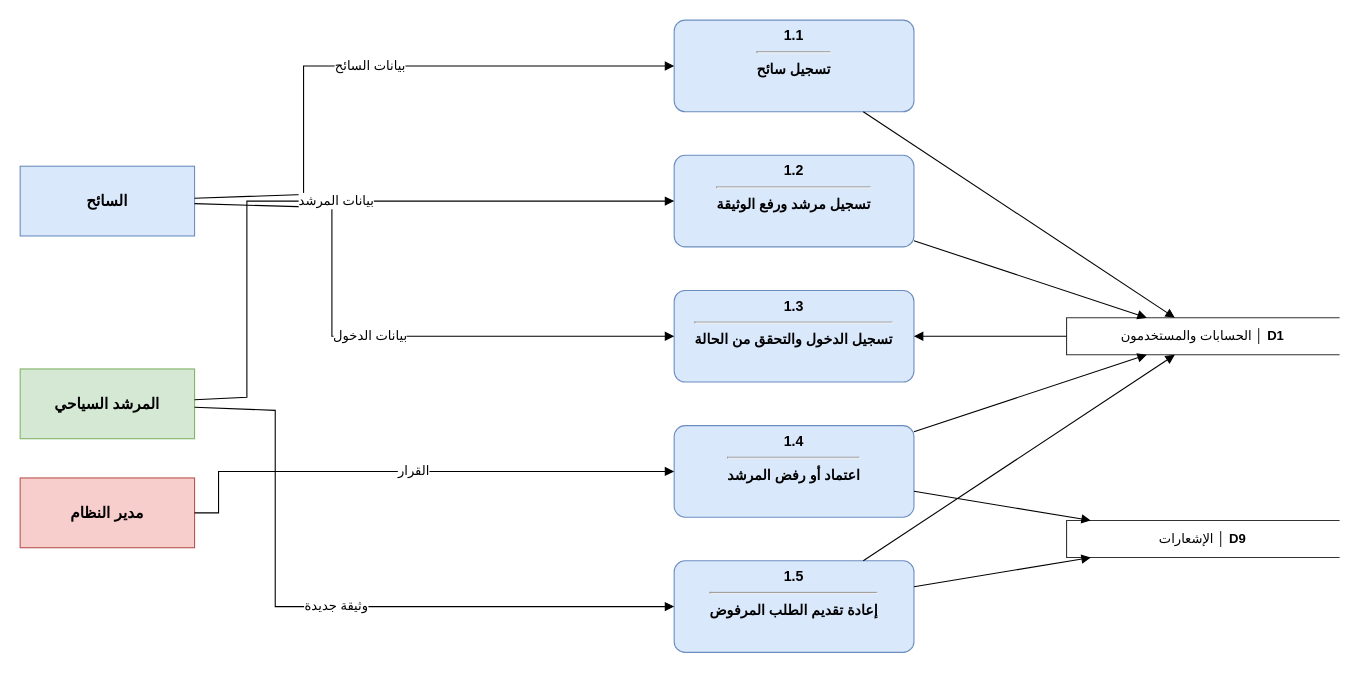
The draw.io diagram مخططات_التحليل_drawio/dfd11_accounts.drawio in masara-prog/Delni-project, before the edit. Source tidied: cells renumbered, new cells numbered last; positions are measured from the earlier drawing's top-left corner, leaving out a move shared by most shapes. Both pictures are drawn from the tidied source at 109%, with x=0, y=0 at pixel (20, 20).
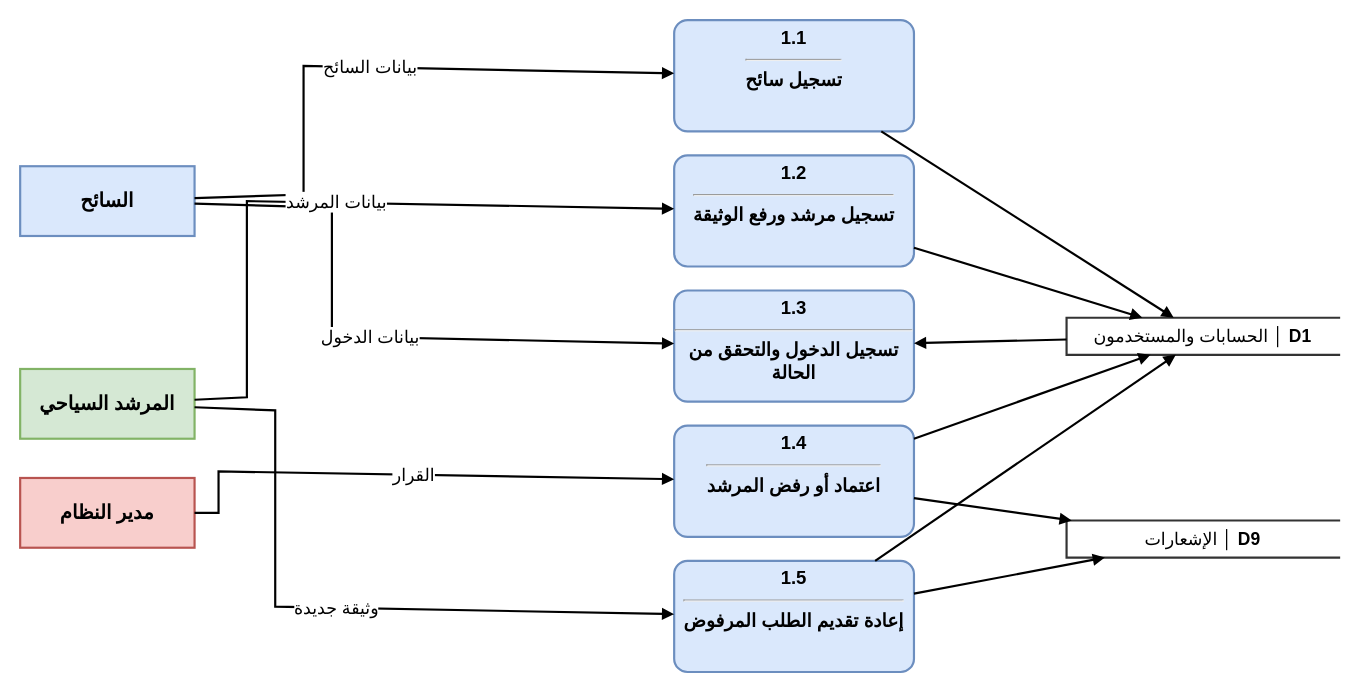
The same diagram, later.

What changed in the source:
```diff
@@
-    <mxCell id="2" value="&lt;b&gt;1.1&lt;/b&gt;&lt;hr&gt;تسجيل سائح" style="rounded=1;arcSize=12;verticalAlign=top;html=1;whiteSpace=wrap;fontFamily=Arial;fontSize=13;fontStyle=1;fillColor=#dae8fc;strokeColor=#6c8ebf;" parent="1" vertex="1">
-      <mxGeometry x="600" width="220" height="84" as="geometry" />
+    <mxCell id="2" value="&lt;b&gt;1.1&lt;/b&gt;&lt;hr&gt;تسجيل سائح" style="rounded=1;arcSize=12;verticalAlign=top;html=1;whiteSpace=wrap;fontFamily=Arial;fontSize=17;fontStyle=1;fillColor=#dae8fc;strokeColor=#6c8ebf;strokeWidth=2;" parent="1" vertex="1">
+      <mxGeometry x="600" width="220" height="102" as="geometry" />
     </mxCell>
-    <mxCell id="3" value="&lt;b&gt;1.2&lt;/b&gt;&lt;hr&gt;تسجيل مرشد ورفع الوثيقة" style="rounded=1;arcSize=12;verticalAlign=top;html=1;whiteSpace=wrap;fontFamily=Arial;fontSize=13;fontStyle=1;fillColor=#dae8fc;strokeColor=#6c8ebf;" parent="1" vertex="1">
-      <mxGeometry x="600" y="124" width="220" height="84" as="geometry" />
+    <mxCell id="3" value="&lt;b&gt;1.2&lt;/b&gt;&lt;hr&gt;تسجيل مرشد ورفع الوثيقة" style="rounded=1;arcSize=12;verticalAlign=top;html=1;whiteSpace=wrap;fontFamily=Arial;fontSize=17;fontStyle=1;fillColor=#dae8fc;strokeColor=#6c8ebf;strokeWidth=2;" parent="1" vertex="1">
+      <mxGeometry x="600" y="124" width="220" height="102" as="geometry" />
     </mxCell>
-    <mxCell id="4" value="&lt;b&gt;1.3&lt;/b&gt;&lt;hr&gt;تسجيل الدخول والتحقق من الحالة" style="rounded=1;arcSize=12;verticalAlign=top;html=1;whiteSpace=wrap;fontFamily=Arial;fontSize=13;fontStyle=1;fillColor=#dae8fc;strokeColor=#6c8ebf;" parent="1" vertex="1">
-      <mxGeometry x="600" y="248" width="220" height="84" as="geometry" />
+    <mxCell id="4" value="&lt;b&gt;1.3&lt;/b&gt;&lt;hr&gt;تسجيل الدخول والتحقق من الحالة" style="rounded=1;arcSize=12;verticalAlign=top;html=1;whiteSpace=wrap;fontFamily=Arial;fontSize=17;fontStyle=1;fillColor=#dae8fc;strokeColor=#6c8ebf;strokeWidth=2;" parent="1" vertex="1">
+      <mxGeometry x="600" y="248" width="220" height="102" as="geometry" />
     </mxCell>
-    <mxCell id="5" value="&lt;b&gt;1.4&lt;/b&gt;&lt;hr&gt;اعتماد أو رفض المرشد" style="rounded=1;arcSize=12;verticalAlign=top;html=1;whiteSpace=wrap;fontFamily=Arial;fontSize=13;fontStyle=1;fillColor=#dae8fc;strokeColor=#6c8ebf;" parent="1" vertex="1">
-      <mxGeometry x="600" y="372" width="220" height="84" as="geometry" />
+    <mxCell id="5" value="&lt;b&gt;1.4&lt;/b&gt;&lt;hr&gt;اعتماد أو رفض المرشد" style="rounded=1;arcSize=12;verticalAlign=top;html=1;whiteSpace=wrap;fontFamily=Arial;fontSize=17;fontStyle=1;fillColor=#dae8fc;strokeColor=#6c8ebf;strokeWidth=2;" parent="1" vertex="1">
+      <mxGeometry x="600" y="372" width="220" height="102" as="geometry" />
     </mxCell>
-    <mxCell id="6" value="&lt;b&gt;1.5&lt;/b&gt;&lt;hr&gt;إعادة تقديم الطلب المرفوض" style="rounded=1;arcSize=12;verticalAlign=top;html=1;whiteSpace=wrap;fontFamily=Arial;fontSize=13;fontStyle=1;fillColor=#dae8fc;strokeColor=#6c8ebf;" parent="1" vertex="1">
-      <mxGeometry x="600" y="496" width="220" height="84" as="geometry" />
+    <mxCell id="6" value="&lt;b&gt;1.5&lt;/b&gt;&lt;hr&gt;إعادة تقديم الطلب المرفوض" style="rounded=1;arcSize=12;verticalAlign=top;html=1;whiteSpace=wrap;fontFamily=Arial;fontSize=17;fontStyle=1;fillColor=#dae8fc;strokeColor=#6c8ebf;strokeWidth=2;" parent="1" vertex="1">
+      <mxGeometry x="600" y="496" width="220" height="102" as="geometry" />
     </mxCell>
-    <mxCell id="7" value="السائح" style="rounded=0;html=1;whiteSpace=wrap;fontFamily=Arial;fontSize=14;fontStyle=1;fillColor=#dae8fc;strokeColor=#6c8ebf;" parent="1" vertex="1">
+    <mxCell id="7" value="السائح" style="rounded=0;html=1;whiteSpace=wrap;fontFamily=Arial;fontSize=18;fontStyle=1;fillColor=#dae8fc;strokeColor=#6c8ebf;strokeWidth=2;" parent="1" vertex="1">
       <mxGeometry y="134" width="160" height="64" as="geometry" />
     </mxCell>
-    <mxCell id="8" value="المرشد السياحي" style="rounded=0;html=1;whiteSpace=wrap;fontFamily=Arial;fontSize=14;fontStyle=1;fillColor=#d5e8d4;strokeColor=#82b366;" parent="1" vertex="1">
+    <mxCell id="8" value="المرشد السياحي" style="rounded=0;html=1;whiteSpace=wrap;fontFamily=Arial;fontSize=18;fontStyle=1;fillColor=#d5e8d4;strokeColor=#82b366;strokeWidth=2;" parent="1" vertex="1">
       <mxGeometry y="320" width="160" height="64" as="geometry" />
     </mxCell>
-    <mxCell id="9" value="مدير النظام" style="rounded=0;html=1;whiteSpace=wrap;fontFamily=Arial;fontSize=14;fontStyle=1;fillColor=#f8cecc;strokeColor=#b85450;" parent="1" vertex="1">
+    <mxCell id="9" value="مدير النظام" style="rounded=0;html=1;whiteSpace=wrap;fontFamily=Arial;fontSize=18;fontStyle=1;fillColor=#f8cecc;strokeColor=#b85450;strokeWidth=2;" parent="1" vertex="1">
       <mxGeometry y="420" width="160" height="64" as="geometry" />
     </mxCell>
-    <mxCell id="10" value="الحسابات والمستخدمون  │ &lt;b&gt;D1&lt;/b&gt;" style="shape=partialRectangle;right=0;align=center;html=1;whiteSpace=wrap;fontFamily=Arial;fontSize=12;fontStyle=0;fillColor=#ffffff;strokeColor=#333333;" parent="1" vertex="1">
+    <mxCell id="10" value="الحسابات والمستخدمون  │ &lt;b&gt;D1&lt;/b&gt;" style="shape=partialRectangle;right=0;align=center;html=1;whiteSpace=wrap;fontFamily=Arial;fontSize=16;fontStyle=0;fillColor=#ffffff;strokeColor=#333333;strokeWidth=2;" parent="1" vertex="1">
       <mxGeometry x="960" y="273" width="250" height="34" as="geometry" />
     </mxCell>
-    <mxCell id="11" value="الإشعارات  │ &lt;b&gt;D9&lt;/b&gt;" style="shape=partialRectangle;right=0;align=center;html=1;whiteSpace=wrap;fontFamily=Arial;fontSize=12;fontStyle=0;fillColor=#ffffff;strokeColor=#333333;" parent="1" vertex="1">
+    <mxCell id="11" value="الإشعارات  │ &lt;b&gt;D9&lt;/b&gt;" style="shape=partialRectangle;right=0;align=center;html=1;whiteSpace=wrap;fontFamily=Arial;fontSize=16;fontStyle=0;fillColor=#ffffff;strokeColor=#333333;strokeWidth=2;" parent="1" vertex="1">
       <mxGeometry x="960" y="459" width="250" height="34" as="geometry" />
     </mxCell>
-    <mxCell id="12" value="بيانات السائح" style="endArrow=block;endFill=1;html=1;rounded=0;fontFamily=Arial;fontSize=12;labelBackgroundColor=#ffffff;" parent="1" edge="1" source="7" target="2">
+    <mxCell id="12" value="بيانات السائح" style="endArrow=block;endFill=1;html=1;rounded=0;fontFamily=Arial;fontSize=16;labelBackgroundColor=#ffffff;strokeWidth=2;" parent="1" edge="1" source="7" target="2">
       <mxGeometry relative="1" as="geometry">
         <Array as="points">
           <mxPoint x="260" y="160" />
           <mxPoint x="260" y="42" />
         </Array>
       </mxGeometry>
     </mxCell>
-    <mxCell id="13" value="بيانات الدخول" style="endArrow=block;endFill=1;html=1;rounded=0;fontFamily=Arial;fontSize=12;labelBackgroundColor=#ffffff;" parent="1" edge="1" source="7" target="4">
+    <mxCell id="13" value="بيانات الدخول" style="endArrow=block;endFill=1;html=1;rounded=0;fontFamily=Arial;fontSize=16;labelBackgroundColor=#ffffff;strokeWidth=2;" parent="1" edge="1" source="7" target="4">
       <mxGeometry relative="1" as="geometry">
         <Array as="points">
           <mxPoint x="286" y="172" />
           <mxPoint x="286" y="290" />
         </Array>
       </mxGeometry>
     </mxCell>
-    <mxCell id="14" value="بيانات المرشد" style="endArrow=block;endFill=1;html=1;rounded=0;fontFamily=Arial;fontSize=12;labelBackgroundColor=#ffffff;" parent="1" edge="1" source="8" target="3">
+    <mxCell id="14" value="بيانات المرشد" style="endArrow=block;endFill=1;html=1;rounded=0;fontFamily=Arial;fontSize=16;labelBackgroundColor=#ffffff;strokeWidth=2;" parent="1" edge="1" source="8" target="3">
       <mxGeometry relative="1" as="geometry">
         <Array as="points">
           <mxPoint x="208" y="346" />
           <mxPoint x="208" y="166" />
         </Array>
       </mxGeometry>
     </mxCell>
-    <mxCell id="15" value="وثيقة جديدة" style="endArrow=block;endFill=1;html=1;rounded=0;fontFamily=Arial;fontSize=12;labelBackgroundColor=#ffffff;" parent="1" edge="1" source="8" target="6">
+    <mxCell id="15" value="وثيقة جديدة" style="endArrow=block;endFill=1;html=1;rounded=0;fontFamily=Arial;fontSize=16;labelBackgroundColor=#ffffff;strokeWidth=2;" parent="1" edge="1" source="8" target="6">
       <mxGeometry relative="1" as="geometry">
         <Array as="points">
           <mxPoint x="234" y="358" />
           <mxPoint x="234" y="538" />
         </Array>
       </mxGeometry>
     </mxCell>
-    <mxCell id="16" value="القرار" style="endArrow=block;endFill=1;html=1;rounded=0;fontFamily=Arial;fontSize=12;labelBackgroundColor=#ffffff;" parent="1" edge="1" source="9" target="5">
+    <mxCell id="16" value="القرار" style="endArrow=block;endFill=1;html=1;rounded=0;fontFamily=Arial;fontSize=16;labelBackgroundColor=#ffffff;strokeWidth=2;" parent="1" edge="1" source="9" target="5">
       <mxGeometry relative="1" as="geometry">
         <Array as="points">
           <mxPoint x="182" y="452" />
           <mxPoint x="182" y="414" />
         </Array>
       </mxGeometry>
     </mxCell>
-    <mxCell id="17" style="endArrow=block;endFill=1;html=1;rounded=0;fontFamily=Arial;fontSize=12;labelBackgroundColor=#ffffff;" parent="1" edge="1" source="2" target="10">
+    <mxCell id="17" style="endArrow=block;endFill=1;html=1;rounded=0;fontFamily=Arial;fontSize=16;labelBackgroundColor=#ffffff;strokeWidth=2;" parent="1" edge="1" source="2" target="10">
       <mxGeometry relative="1" as="geometry" />
     </mxCell>
-    <mxCell id="18" style="endArrow=block;endFill=1;html=1;rounded=0;fontFamily=Arial;fontSize=12;labelBackgroundColor=#ffffff;" parent="1" edge="1" source="3" target="10">
+    <mxCell id="18" style="endArrow=block;endFill=1;html=1;rounded=0;fontFamily=Arial;fontSize=16;labelBackgroundColor=#ffffff;strokeWidth=2;" parent="1" edge="1" source="3" target="10">
       <mxGeometry relative="1" as="geometry" />
     </mxCell>
-    <mxCell id="19" style="endArrow=block;endFill=1;html=1;rounded=0;fontFamily=Arial;fontSize=12;labelBackgroundColor=#ffffff;" parent="1" edge="1" source="10" target="4">
+    <mxCell id="19" style="endArrow=block;endFill=1;html=1;rounded=0;fontFamily=Arial;fontSize=16;labelBackgroundColor=#ffffff;strokeWidth=2;" parent="1" edge="1" source="10" target="4">
       <mxGeometry relative="1" as="geometry" />
     </mxCell>
-    <mxCell id="20" style="endArrow=block;endFill=1;html=1;rounded=0;fontFamily=Arial;fontSize=12;labelBackgroundColor=#ffffff;" parent="1" edge="1" source="5" target="10">
+    <mxCell id="20" style="endArrow=block;endFill=1;html=1;rounded=0;fontFamily=Arial;fontSize=16;labelBackgroundColor=#ffffff;strokeWidth=2;" parent="1" edge="1" source="5" target="10">
       <mxGeometry relative="1" as="geometry" />
     </mxCell>
-    <mxCell id="21" style="endArrow=block;endFill=1;html=1;rounded=0;fontFamily=Arial;fontSize=12;labelBackgroundColor=#ffffff;" parent="1" edge="1" source="5" target="11">
+    <mxCell id="21" style="endArrow=block;endFill=1;html=1;rounded=0;fontFamily=Arial;fontSize=16;labelBackgroundColor=#ffffff;strokeWidth=2;" parent="1" edge="1" source="5" target="11">
       <mxGeometry relative="1" as="geometry" />
     </mxCell>
-    <mxCell id="22" style="endArrow=block;endFill=1;html=1;rounded=0;fontFamily=Arial;fontSize=12;labelBackgroundColor=#ffffff;" parent="1" edge="1" source="6" target="10">
+    <mxCell id="22" style="endArrow=block;endFill=1;html=1;rounded=0;fontFamily=Arial;fontSize=16;labelBackgroundColor=#ffffff;strokeWidth=2;" parent="1" edge="1" source="6" target="10">
       <mxGeometry relative="1" as="geometry" />
     </mxCell>
-    <mxCell id="23" style="endArrow=block;endFill=1;html=1;rounded=0;fontFamily=Arial;fontSize=12;labelBackgroundColor=#ffffff;" parent="1" edge="1" source="6" target="11">
+    <mxCell id="23" style="endArrow=block;endFill=1;html=1;rounded=0;fontFamily=Arial;fontSize=16;labelBackgroundColor=#ffffff;strokeWidth=2;" parent="1" edge="1" source="6" target="11">
       <mxGeometry relative="1" as="geometry" />
     </mxCell>
```
